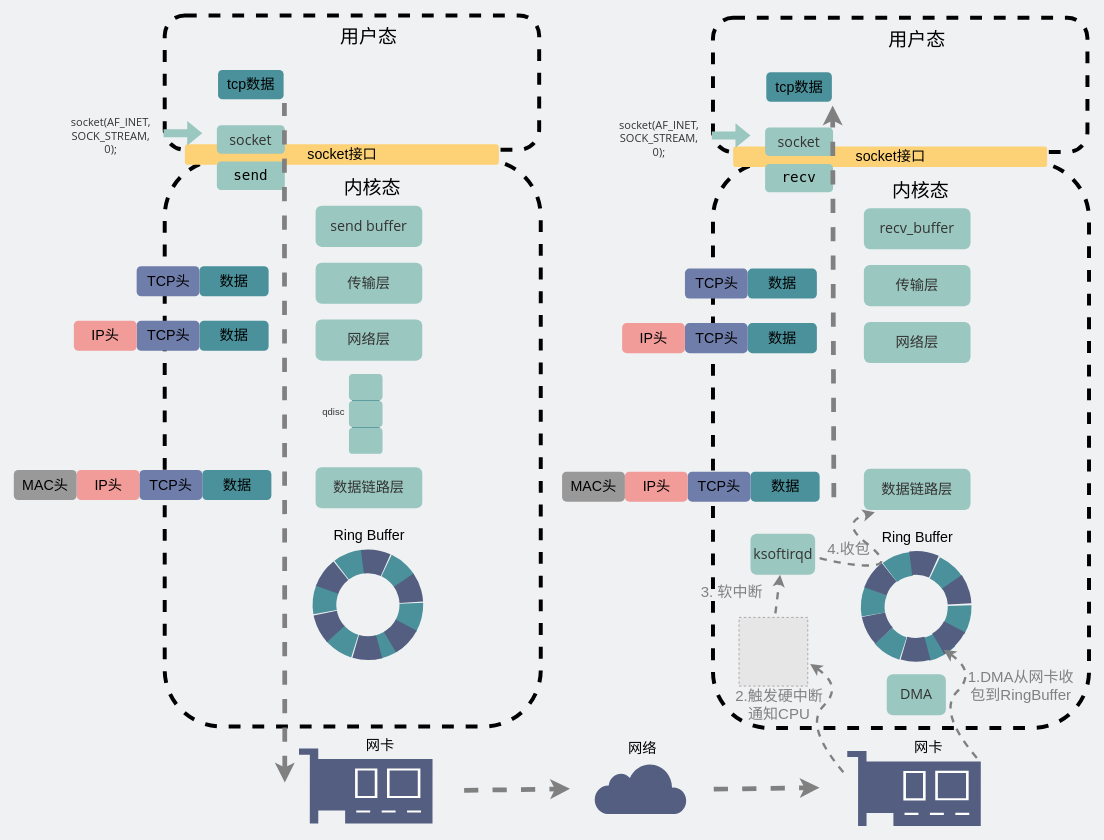
Earlier version of the draw.io diagram network/网络发包收包全景图.drawio (xiaobaiTech/image). Source tidied: cells renumbered, new cells numbered last; positions are measured from the earlier drawing's top-left corner, leaving out a move shared by most shapes. Both pictures are drawn from the tidied source at 79%, with x=0, y=0 at pixel (13, 15). Pictures stored in the file or linked from it are replaced by grey dashed boxes.
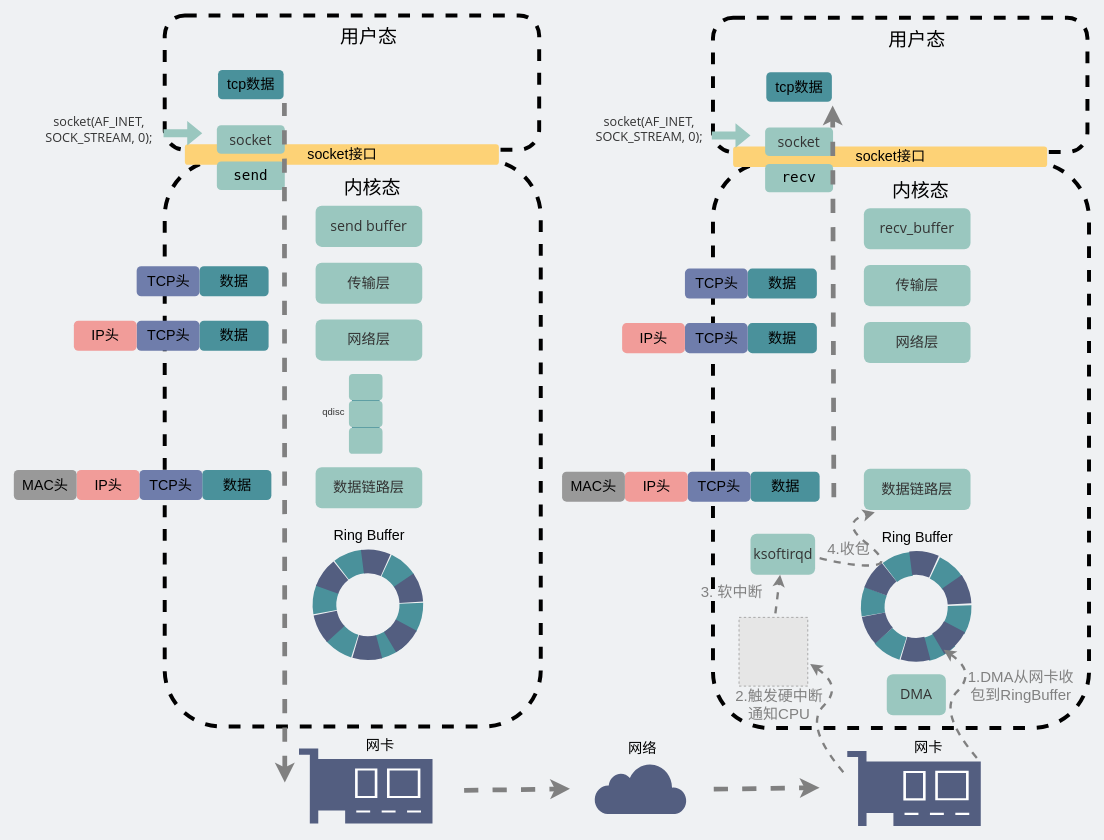
After the change.

Commit message:
更新网络发包收包全景图.drawio

Change to the diagram source:
```diff
@@
-    <mxCell id="12" value="&lt;span style=&quot;color: rgb(51 , 51 , 51) ; font-family: &amp;#34;open sans&amp;#34; , &amp;#34;clear sans&amp;#34; , &amp;#34;helvetica neue&amp;#34; , &amp;#34;helvetica&amp;#34; , &amp;#34;arial&amp;#34; , sans-serif&quot;&gt;&lt;font style=&quot;font-size: 14px&quot;&gt;socket(AF_INET, SOCK_STREAM, 0);&lt;/font&gt;&lt;/span&gt;" style="text;html=1;strokeColor=none;align=center;verticalAlign=middle;whiteSpace=wrap;rounded=0;dashed=1;labelBackgroundColor=none;" parent="1" vertex="1">
-      <mxGeometry x="103" y="143" width="40" height="20" as="geometry" />
+    <mxCell id="12" value="&lt;span style=&quot;color: rgb(51 , 51 , 51) ; font-family: &amp;quot;open sans&amp;quot; , &amp;quot;clear sans&amp;quot; , &amp;quot;helvetica neue&amp;quot; , &amp;quot;helvetica&amp;quot; , &amp;quot;arial&amp;quot; , sans-serif&quot;&gt;&lt;font style=&quot;font-size: 16px;&quot;&gt;socket(AF_INET, SOCK_STREAM, 0);&lt;/font&gt;&lt;/span&gt;" style="text;html=1;strokeColor=none;align=center;verticalAlign=middle;whiteSpace=wrap;rounded=0;dashed=1;labelBackgroundColor=none;" parent="1" vertex="1">
+      <mxGeometry x="27" y="111" width="162" height="67" as="geometry" />
     </mxCell>
@@
-    <mxCell id="48" value="&lt;span style=&quot;color: rgb(51 , 51 , 51) ; font-family: &amp;#34;open sans&amp;#34; , &amp;#34;clear sans&amp;#34; , &amp;#34;helvetica neue&amp;#34; , &amp;#34;helvetica&amp;#34; , &amp;#34;arial&amp;#34; , sans-serif&quot;&gt;&lt;font style=&quot;font-size: 14px&quot;&gt;socket(AF_INET, SOCK_STREAM, 0);&lt;/font&gt;&lt;/span&gt;" style="text;html=1;strokeColor=none;align=center;verticalAlign=middle;whiteSpace=wrap;rounded=0;dashed=1;labelBackgroundColor=none;" parent="1" vertex="1">
-      <mxGeometry x="797" y="146" width="40" height="20" as="geometry" />
+    <mxCell id="48" value="&lt;span style=&quot;color: rgb(51 , 51 , 51) ; font-family: &amp;quot;open sans&amp;quot; , &amp;quot;clear sans&amp;quot; , &amp;quot;helvetica neue&amp;quot; , &amp;quot;helvetica&amp;quot; , &amp;quot;arial&amp;quot; , sans-serif&quot;&gt;&lt;font style=&quot;font-size: 16px;&quot;&gt;socket(AF_INET, SOCK_STREAM, 0);&lt;/font&gt;&lt;/span&gt;" style="text;html=1;strokeColor=none;align=center;verticalAlign=middle;whiteSpace=wrap;rounded=0;dashed=1;labelBackgroundColor=none;" parent="1" vertex="1">
+      <mxGeometry x="729" y="122" width="151" height="44" as="geometry" />
     </mxCell>
```
